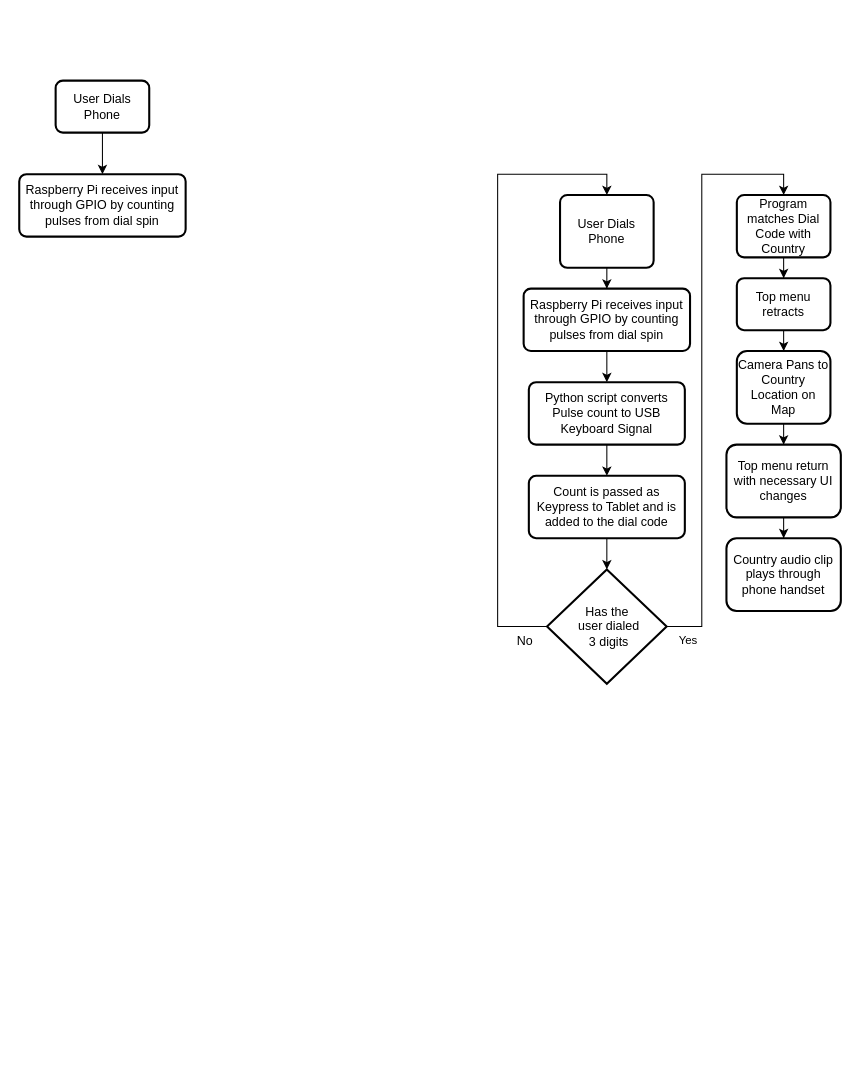
Earlier version of the draw.io diagram Non-Unity/Skills Diagram.drawio (jm0ran/Digital-Phonebooth). Source tidied: cells renumbered, new cells numbered last; positions are measured from the earlier drawing's top-left corner, leaving out a move shared by most shapes. Both pictures are drawn from the tidied source at 104%, with x=0, y=0 at pixel (19, 80).
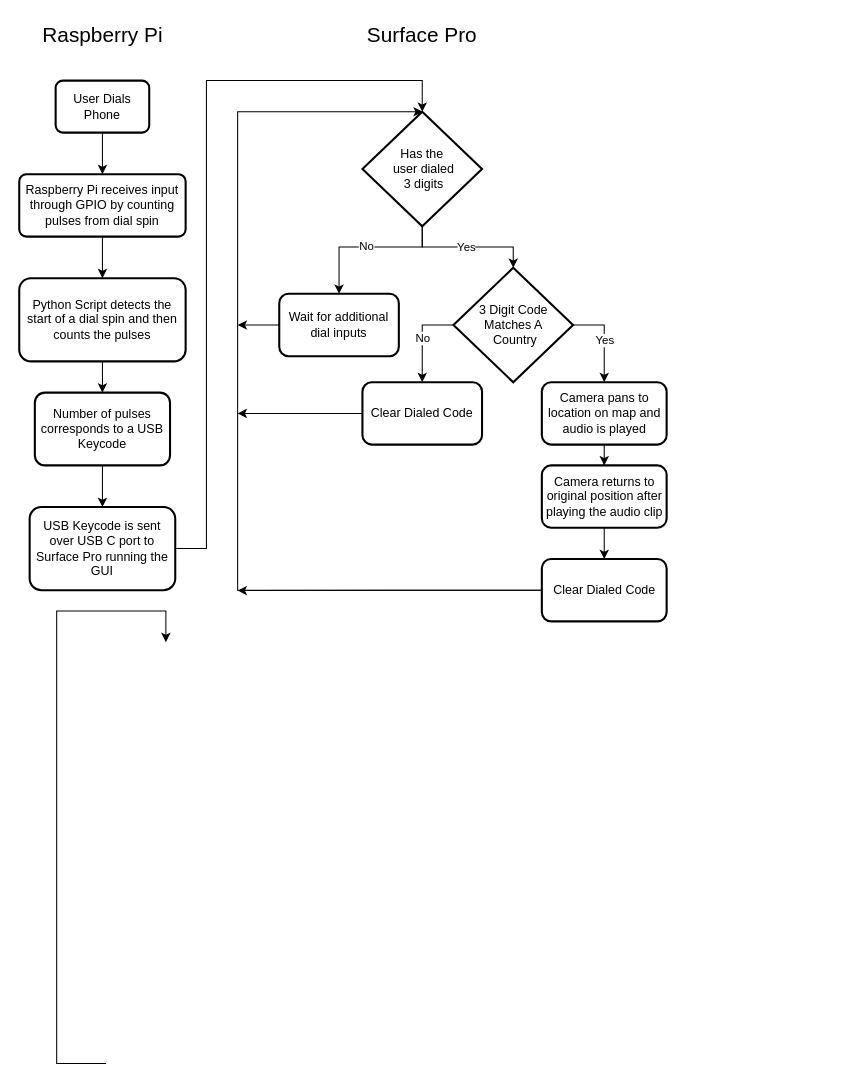
Above is the later version.

Unchanged cells that the change refers to:
```xml
<mxCell id="25" value="&lt;span&gt;Raspberry Pi receives input through GPIO by counting pulses from dial spin&lt;/span&gt;" style="rounded=1;whiteSpace=wrap;html=1;absoluteArcSize=1;arcSize=14;strokeWidth=2;fontSize=12;" parent="1" vertex="1">
  <mxGeometry y="90" width="160" height="60" as="geometry" />
</mxCell>
```

Change to the diagram source:
```diff
@@
-    <mxCell id="2" style="edgeStyle=orthogonalEdgeStyle;rounded=0;jettySize=auto;html=1;entryX=0.5;entryY=0;entryDx=0;entryDy=0;" parent="1" edge="1" source="10" target="12">
-      <mxGeometry relative="1" as="geometry" />
-    </mxCell>
-    <mxCell id="3" style="edgeStyle=orthogonalEdgeStyle;rounded=0;jettySize=auto;html=1;entryX=0.5;entryY=0;entryDx=0;entryDy=0;entryPerimeter=0;exitX=0.5;exitY=1;exitDx=0;exitDy=0;" parent="1" edge="1" source="15" target="7">
-      <mxGeometry relative="1" as="geometry" />
-    </mxCell>
-    <mxCell id="4" style="edgeStyle=orthogonalEdgeStyle;rounded=0;jettySize=auto;html=1;entryX=0.5;entryY=0;entryDx=0;entryDy=0;exitX=0;exitY=0.5;exitDx=0;exitDy=0;exitPerimeter=0;" parent="1" edge="1" source="7" target="10">
+    <mxCell id="4" style="edgeStyle=orthogonalEdgeStyle;rounded=0;orthogonalLoop=1;jettySize=auto;html=1;entryX=0.5;entryY=0;entryDx=0;entryDy=0;exitX=0;exitY=0.5;exitDx=0;exitDy=0;exitPerimeter=0;" parent="1" edge="1">
       <mxGeometry relative="1" as="geometry">
+        <mxPoint x="83.5" y="945" as="sourcePoint" />
+        <mxPoint x="141" y="540" as="targetPoint" />
         <Array as="points">
-          <mxPoint x="460" y="525" />
-          <mxPoint x="460" y="90" />
-          <mxPoint x="565" y="90" />
+          <mxPoint x="36" y="945" />
+          <mxPoint x="36" y="510" />
+          <mxPoint x="141" y="510" />
         </Array>
       </mxGeometry>
     </mxCell>
-    <mxCell id="5" value="No" style="edgeLabel;html=1;align=center;verticalAlign=top;fontSize=12;" parent="4" vertex="1">
-      <mxGeometry x="-0.83" y="-3" relative="1" as="geometry">
-        <mxPoint x="22" y="4" as="offset" />
-      </mxGeometry>
-    </mxCell>
-    <mxCell id="6" value="Yes" style="edgeStyle=orthogonalEdgeStyle;rounded=0;jettySize=auto;html=1;entryX=0.5;entryY=0;entryDx=0;entryDy=0;verticalAlign=top;" parent="1" edge="1" source="7" target="9">
-      <mxGeometry x="-0.93" relative="1" as="geometry" />
+    <mxCell id="6" value="Yes" style="edgeStyle=orthogonalEdgeStyle;rounded=0;orthogonalLoop=1;jettySize=auto;html=1;entryX=0.5;entryY=0;entryDx=0;entryDy=0;verticalAlign=top;" parent="1" edge="1">
+      <mxGeometry x="-0.93" relative="1" as="geometry">
+        <mxPoint x="198.5" y="945" as="sourcePoint" />
+      </mxGeometry>
     </mxCell>
-    <mxCell id="7" value="Has the&lt;br&gt;&amp;nbsp;user dialed&lt;br&gt;&amp;nbsp;3 digits" style="strokeWidth=2;html=1;shape=mxgraph.flowchart.decision;whiteSpace=wrap;" parent="1" vertex="1">
-      <mxGeometry x="507.5" y="470" width="115" height="110" as="geometry" />
-    </mxCell>
-    <mxCell id="8" style="edgeStyle=orthogonalEdgeStyle;rounded=0;jettySize=auto;html=1;" parent="1" edge="1" source="9" target="17">
-      <mxGeometry relative="1" as="geometry" />
-    </mxCell>
-    <mxCell id="9" value="&lt;span&gt;Program matches Dial Code with Country&lt;/span&gt;" style="rounded=1;whiteSpace=wrap;html=1;absoluteArcSize=1;arcSize=14;strokeWidth=2;fontSize=12;" parent="1" vertex="1">
-      <mxGeometry x="690" y="110" width="90" height="60" as="geometry" />
-    </mxCell>
-    <mxCell id="10" value="User Dials &lt;br&gt;Phone" style="rounded=1;whiteSpace=wrap;html=1;absoluteArcSize=1;arcSize=14;strokeWidth=2;fontSize=12;" parent="1" vertex="1">
-      <mxGeometry x="520" y="110" width="90" height="70" as="geometry" />
-    </mxCell>
-    <mxCell id="11" style="edgeStyle=orthogonalEdgeStyle;rounded=0;jettySize=auto;html=1;entryX=0.5;entryY=0;entryDx=0;entryDy=0;fontSize=12;" parent="1" edge="1" source="12" target="14">
-      <mxGeometry relative="1" as="geometry" />
-    </mxCell>
-    <mxCell id="12" value="&lt;span&gt;Raspberry Pi receives input through GPIO by counting pulses from dial spin&lt;/span&gt;" style="rounded=1;whiteSpace=wrap;html=1;absoluteArcSize=1;arcSize=14;strokeWidth=2;fontSize=12;" parent="1" vertex="1">
-      <mxGeometry x="485" y="200" width="160" height="60" as="geometry" />
-    </mxCell>
-    <mxCell id="13" style="edgeStyle=orthogonalEdgeStyle;rounded=0;jettySize=auto;html=1;entryX=0.5;entryY=0;entryDx=0;entryDy=0;fontSize=12;" parent="1" edge="1" source="14" target="15">
-      <mxGeometry relative="1" as="geometry" />
-    </mxCell>
-    <mxCell id="14" value="&lt;span&gt;Python script converts Pulse count to USB Keyboard Signal&lt;/span&gt;" style="rounded=1;whiteSpace=wrap;html=1;absoluteArcSize=1;arcSize=14;strokeWidth=2;fontSize=12;" parent="1" vertex="1">
-      <mxGeometry x="490" y="290" width="150" height="60" as="geometry" />
-    </mxCell>
-    <mxCell id="15" value="&lt;span&gt;Count is passed as Keypress to Tablet and is added to the dial code&lt;/span&gt;" style="rounded=1;whiteSpace=wrap;html=1;absoluteArcSize=1;arcSize=14;strokeWidth=2;fontSize=12;" parent="1" vertex="1">
-      <mxGeometry x="490" y="380" width="150" height="60" as="geometry" />
-    </mxCell>
-    <mxCell id="16" style="edgeStyle=orthogonalEdgeStyle;rounded=0;jettySize=auto;html=1;" parent="1" edge="1" source="17" target="19">
-      <mxGeometry relative="1" as="geometry" />
-    </mxCell>
-    <mxCell id="17" value="Top menu retracts" style="whiteSpace=wrap;html=1;rounded=1;arcSize=14;strokeWidth=2;" parent="1" vertex="1">
-      <mxGeometry x="690" y="190" width="90" height="50" as="geometry" />
-    </mxCell>
-    <mxCell id="18" style="edgeStyle=orthogonalEdgeStyle;rounded=0;jettySize=auto;html=1;" parent="1" edge="1" source="19" target="21">
-      <mxGeometry relative="1" as="geometry" />
-    </mxCell>
-    <mxCell id="19" value="Camera Pans to Country Location on Map" style="whiteSpace=wrap;html=1;rounded=1;arcSize=14;strokeWidth=2;" parent="1" vertex="1">
-      <mxGeometry x="690" y="260" width="90" height="70" as="geometry" />
-    </mxCell>
-    <mxCell id="20" style="edgeStyle=orthogonalEdgeStyle;rounded=0;jettySize=auto;html=1;" parent="1" edge="1" source="21" target="22">
-      <mxGeometry relative="1" as="geometry" />
-    </mxCell>
-    <mxCell id="21" value="Top menu return with necessary UI changes" style="whiteSpace=wrap;html=1;rounded=1;arcSize=14;strokeWidth=2;" parent="1" vertex="1">
-      <mxGeometry x="680" y="350" width="110" height="70" as="geometry" />
-    </mxCell>
-    <mxCell id="22" value="Country audio clip plays through phone handset" style="whiteSpace=wrap;html=1;rounded=1;arcSize=14;strokeWidth=2;" parent="1" vertex="1">
-      <mxGeometry x="680" y="440" width="110" height="70" as="geometry" />
-    </mxCell>
@@
+    <mxCell id="26" style="edgeStyle=orthogonalEdgeStyle;rounded=0;jettySize=auto;html=1;" parent="1" edge="1" source="25" target="28">
+      <mxGeometry relative="1" as="geometry" />
+    </mxCell>
@@
+    <mxCell id="27" style="edgeStyle=orthogonalEdgeStyle;rounded=0;jettySize=auto;html=1;" parent="1" edge="1" source="28" target="30">
+      <mxGeometry relative="1" as="geometry" />
+    </mxCell>
+    <mxCell id="28" value="Python Script detects the start of a dial spin and then counts the pulses" style="rounded=1;whiteSpace=wrap;html=1;arcSize=14;strokeWidth=2;" parent="1" vertex="1">
+      <mxGeometry y="190" width="160" height="80" as="geometry" />
+    </mxCell>
+    <mxCell id="29" style="edgeStyle=orthogonalEdgeStyle;rounded=0;jettySize=auto;html=1;" parent="1" edge="1" source="30" target="32">
+      <mxGeometry relative="1" as="geometry" />
+    </mxCell>
+    <mxCell id="30" value="Number of pulses corresponds to a USB Keycode" style="whiteSpace=wrap;html=1;rounded=1;arcSize=14;strokeWidth=2;" parent="1" vertex="1">
+      <mxGeometry x="15" y="300" width="130" height="70" as="geometry" />
+    </mxCell>
+    <mxCell id="31" style="edgeStyle=orthogonalEdgeStyle;rounded=0;jettySize=auto;html=1;entryX=0.5;entryY=0;entryDx=0;entryDy=0;entryPerimeter=0;" parent="1" edge="1" source="32" target="7">
+      <mxGeometry relative="1" as="geometry">
+        <Array as="points">
+          <mxPoint x="180" y="450" />
+          <mxPoint x="180" />
+          <mxPoint x="388" />
+        </Array>
+      </mxGeometry>
+    </mxCell>
+    <mxCell id="32" value="USB Keycode is sent over USB C port to Surface Pro running the GUI" style="whiteSpace=wrap;html=1;rounded=1;arcSize=14;strokeWidth=2;" parent="1" vertex="1">
+      <mxGeometry x="10" y="410" width="140" height="80" as="geometry" />
+    </mxCell>
+    <mxCell id="33" style="edgeStyle=orthogonalEdgeStyle;rounded=0;jettySize=auto;html=1;entryX=0.5;entryY=0;entryDx=0;entryDy=0;" parent="1" edge="1" source="7" target="51">
+      <mxGeometry relative="1" as="geometry">
+        <Array as="points">
+          <mxPoint x="388" y="160" />
+          <mxPoint x="308" y="160" />
+        </Array>
+      </mxGeometry>
+    </mxCell>
+    <mxCell id="34" value="No" style="edgeLabel;html=1;align=center;verticalAlign=middle;" parent="33" vertex="1">
+      <mxGeometry x="0.02" y="-2" relative="1" as="geometry" />
+    </mxCell>
+    <mxCell id="35" style="edgeStyle=orthogonalEdgeStyle;rounded=0;jettySize=auto;html=1;" parent="1" edge="1" source="7" target="40">
+      <mxGeometry relative="1" as="geometry" />
+    </mxCell>
+    <mxCell id="36" value="Yes" style="edgeLabel;html=1;align=center;verticalAlign=middle;" parent="35" vertex="1">
+      <mxGeometry x="-0.02" y="1" relative="1" as="geometry" />
+    </mxCell>
+    <mxCell id="7" value="Has the&lt;br&gt;&amp;nbsp;user dialed&lt;br&gt;&amp;nbsp;3 digits" style="strokeWidth=2;html=1;shape=mxgraph.flowchart.decision;whiteSpace=wrap;" parent="1" vertex="1">
+      <mxGeometry x="330" y="30" width="115" height="110" as="geometry" />
+    </mxCell>
+    <mxCell id="37" value="No" style="edgeStyle=orthogonalEdgeStyle;rounded=0;jettySize=auto;html=1;exitX=0;exitY=0.5;exitDx=0;exitDy=0;" parent="1" edge="1" source="40" target="42">
+      <mxGeometry relative="1" as="geometry" />
+    </mxCell>
+    <mxCell id="38" style="edgeStyle=orthogonalEdgeStyle;rounded=0;jettySize=auto;html=1;exitX=1;exitY=0.5;exitDx=0;exitDy=0;" parent="1" edge="1" source="40" target="44">
+      <mxGeometry relative="1" as="geometry" />
+    </mxCell>
+    <mxCell id="39" value="Yes" style="edgeLabel;html=1;align=center;verticalAlign=middle;" parent="38" vertex="1">
+      <mxGeometry relative="1" as="geometry">
+        <mxPoint y="1" as="offset" />
+      </mxGeometry>
+    </mxCell>
+    <mxCell id="40" value="3 Digit Code Matches A&lt;br&gt;&amp;nbsp;Country" style="rhombus;whiteSpace=wrap;html=1;strokeWidth=2;" parent="1" vertex="1">
+      <mxGeometry x="417.5" y="180" width="115" height="110" as="geometry" />
+    </mxCell>
+    <mxCell id="41" style="edgeStyle=orthogonalEdgeStyle;rounded=0;jettySize=auto;html=1;exitX=0;exitY=0.5;exitDx=0;exitDy=0;" parent="1" edge="1" source="42">
+      <mxGeometry relative="1" as="geometry">
+        <mxPoint x="210" y="320" as="targetPoint" />
+        <Array as="points">
+          <mxPoint x="388" y="320" />
+          <mxPoint x="388" y="320" />
+        </Array>
+      </mxGeometry>
+    </mxCell>
+    <mxCell id="42" value="Clear Dialed&amp;nbsp;Code" style="rounded=1;whiteSpace=wrap;html=1;strokeWidth=2;" parent="1" vertex="1">
+      <mxGeometry x="330" y="290" width="115" height="60" as="geometry" />
+    </mxCell>
+    <mxCell id="43" style="edgeStyle=orthogonalEdgeStyle;rounded=0;jettySize=auto;html=1;" parent="1" edge="1" source="44" target="46">
+      <mxGeometry relative="1" as="geometry" />
+    </mxCell>
+    <mxCell id="44" value="Camera pans to location on map and audio is played" style="rounded=1;whiteSpace=wrap;html=1;strokeWidth=2;" parent="1" vertex="1">
+      <mxGeometry x="502.5" y="290" width="120" height="60" as="geometry" />
+    </mxCell>
+    <mxCell id="45" style="edgeStyle=orthogonalEdgeStyle;rounded=0;jettySize=auto;html=1;" parent="1" edge="1" source="46" target="49">
+      <mxGeometry relative="1" as="geometry" />
+    </mxCell>
+    <mxCell id="46" value="Camera returns to original position after playing the audio clip" style="whiteSpace=wrap;html=1;rounded=1;strokeWidth=2;" parent="1" vertex="1">
+      <mxGeometry x="502.5" y="370" width="120" height="60" as="geometry" />
+    </mxCell>
+    <mxCell id="47" style="edgeStyle=orthogonalEdgeStyle;rounded=0;jettySize=auto;html=1;" parent="1" edge="1" source="49">
+      <mxGeometry relative="1" as="geometry">
+        <mxPoint x="388" y="30" as="targetPoint" />
+        <Array as="points">
+          <mxPoint x="210" y="490" />
+          <mxPoint x="210" y="30" />
+        </Array>
+      </mxGeometry>
+    </mxCell>
+    <mxCell id="48" style="edgeStyle=orthogonalEdgeStyle;rounded=0;jettySize=auto;html=1;exitX=0;exitY=0.5;exitDx=0;exitDy=0;" parent="1" edge="1" source="49">
+      <mxGeometry relative="1" as="geometry">
+        <mxPoint x="210" y="490.4" as="targetPoint" />
+      </mxGeometry>
+    </mxCell>
+    <mxCell id="49" value="Clear Dialed Code" style="rounded=1;whiteSpace=wrap;html=1;strokeWidth=2;" parent="1" vertex="1">
+      <mxGeometry x="502.5" y="460" width="120" height="60" as="geometry" />
+    </mxCell>
+    <mxCell id="50" style="edgeStyle=orthogonalEdgeStyle;rounded=0;jettySize=auto;html=1;exitX=0;exitY=0.5;exitDx=0;exitDy=0;" parent="1" edge="1" source="51">
+      <mxGeometry relative="1" as="geometry">
+        <mxPoint x="210" y="235" as="targetPoint" />
+      </mxGeometry>
+    </mxCell>
+    <mxCell id="51" value="Wait for additional dial inputs" style="rounded=1;whiteSpace=wrap;html=1;strokeWidth=2;" parent="1" vertex="1">
+      <mxGeometry x="250" y="205" width="115" height="60" as="geometry" />
+    </mxCell>
+    <mxCell id="52" value="Raspberry Pi" style="text;html=1;strokeColor=none;fillColor=none;align=center;verticalAlign=middle;whiteSpace=wrap;rounded=0;fontSize=20;" parent="1" vertex="1">
+      <mxGeometry x="20.5" y="-60" width="119" height="30" as="geometry" />
+    </mxCell>
+    <mxCell id="53" value="Surface Pro" style="text;html=1;strokeColor=none;fillColor=none;align=center;verticalAlign=middle;whiteSpace=wrap;rounded=0;fontSize=20;" parent="1" vertex="1">
+      <mxGeometry x="328" y="-60" width="119" height="30" as="geometry" />
+    </mxCell>
```
